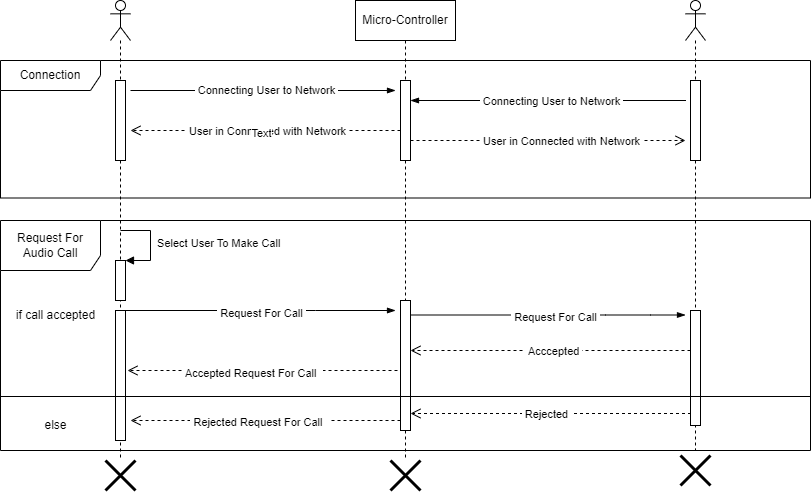
Earlier version of the draw.io export Figures/Sequence Diagram/Images/RequestForAudioCall.drawio.png (imharris24/AndroCom-Android). Source tidied: cells renumbered, new cells last; positions are measured from the earlier drawing's top-left corner, leaving out a move shared by most shapes.
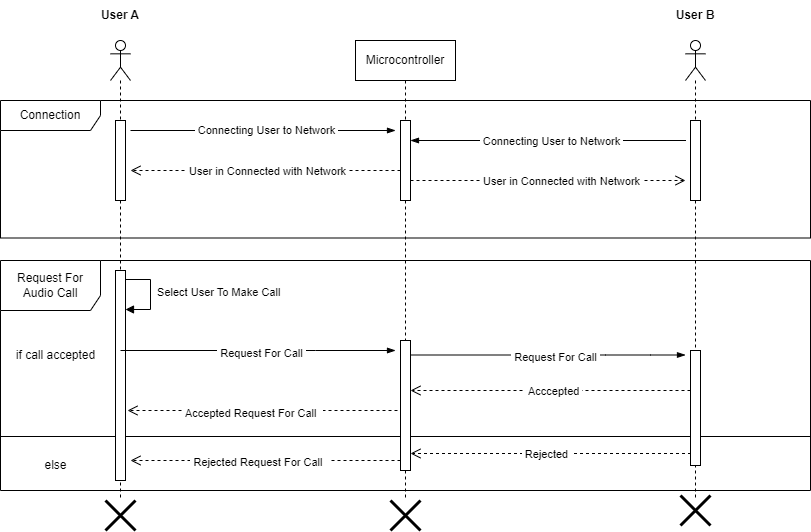
The same file after the commit.

The edit, as a diff of the source:
```diff
@@ -2,7 +2,10 @@
   <root>
     <mxCell id="0" />
     <mxCell id="1" parent="0" />
+    <mxCell id="23" style="line;strokeWidth=1;fillColor=none;align=left;verticalAlign=middle;spacingTop=-1;spacingLeft=3;spacingRight=3;labelPosition=right;strokeColor=inherit;" parent="1" vertex="1">
+      <mxGeometry y="392" width="810" height="8" as="geometry" />
+    </mxCell>
-    <mxCell id="2" value="Micro-Controller" style="shape=umlLifeline;perimeter=lifelinePerimeter;whiteSpace=wrap;html=1;newEdgeStyle={&quot;edgeStyle&quot;:&quot;elbowEdgeStyle&quot;,&quot;elbow&quot;:&quot;vertical&quot;,&quot;curved&quot;:0,&quot;rounded&quot;:0};" parent="1" vertex="1">
+    <mxCell id="2" value="Microcontroller" style="shape=umlLifeline;perimeter=lifelinePerimeter;whiteSpace=wrap;html=1;newEdgeStyle={&quot;edgeStyle&quot;:&quot;elbowEdgeStyle&quot;,&quot;elbow&quot;:&quot;vertical&quot;,&quot;curved&quot;:0,&quot;rounded&quot;:0};" parent="1" vertex="1">
       <mxGeometry x="355" width="100" height="460" as="geometry" />
     </mxCell>
     <mxCell id="3" style="html=1;perimeter=orthogonalPerimeter;targetShapes=umlLifeline;newEdgeStyle={&quot;curved&quot;:0,&quot;rounded&quot;:0};" parent="2" vertex="1">
@@ -14,24 +17,22 @@
     <mxCell id="5" style="shape=umlLifeline;perimeter=lifelinePerimeter;whiteSpace=wrap;html=1;newEdgeStyle={&quot;curved&quot;:0,&quot;rounded&quot;:0};participant=umlActor;" parent="1" vertex="1">
       <mxGeometry x="110" width="20" height="460" as="geometry" />
     </mxCell>
-    <mxCell id="6" style="html=1;perimeter=orthogonalPerimeter;targetShapes=umlLifeline;newEdgeStyle={&quot;curved&quot;:0,&quot;rounded&quot;:0};" parent="5" vertex="1">
-      <mxGeometry x="5" y="310" width="10" height="130" as="geometry" />
-    </mxCell>
-    <mxCell id="7" style="html=1;points=[[0,0,0,0,5],[0,1,0,0,-5],[1,0,0,0,5],[1,1,0,0,-5]];perimeter=orthogonalPerimeter;outlineConnect=0;targetShapes=umlLifeline;portConstraint=eastwest;newEdgeStyle={&quot;curved&quot;:0,&quot;rounded&quot;:0};" parent="5" vertex="1">
-      <mxGeometry x="5" y="260" width="10" height="40" as="geometry" />
-    </mxCell>
-    <mxCell id="8" value="&amp;nbsp;Select User To Make Call&amp;nbsp;" style="html=1;align=left;spacingLeft=2;endArrow=block;rounded=0;edgeStyle=orthogonalEdgeStyle;curved=0;rounded=0;" parent="5" edge="1" target="7">
+    <mxCell id="8" value="&amp;nbsp;Select User To Make Call&amp;nbsp;" style="html=1;align=left;spacingLeft=2;endArrow=block;rounded=0;edgeStyle=orthogonalEdgeStyle;curved=0;rounded=0;" parent="5" edge="1">
       <mxGeometry relative="1" as="geometry">
-        <mxPoint x="10" y="230" as="sourcePoint" />
+        <mxPoint x="10" y="239" as="sourcePoint" />
+        <mxPoint x="15" y="269" as="targetPoint" />
         <Array as="points">
-          <mxPoint x="40" y="230" />
-          <mxPoint x="40" y="260" />
+          <mxPoint x="40" y="239" />
+          <mxPoint x="40" y="269" />
         </Array>
       </mxGeometry>
     </mxCell>
     <mxCell id="9" style="html=1;perimeter=orthogonalPerimeter;targetShapes=umlLifeline;newEdgeStyle={&quot;curved&quot;:0,&quot;rounded&quot;:0};" parent="5" vertex="1">
       <mxGeometry x="5" y="80" width="10" height="80" as="geometry" />
     </mxCell>
+    <mxCell id="6" style="html=1;perimeter=orthogonalPerimeter;targetShapes=umlLifeline;newEdgeStyle={&quot;curved&quot;:0,&quot;rounded&quot;:0};" parent="5" vertex="1">
+      <mxGeometry x="5" y="230" width="10" height="210" as="geometry" />
+    </mxCell>
     <mxCell id="10" style="fontSize=12;html=1;endArrow=blockThin;endFill=1;rounded=0;" parent="1" edge="1">
       <mxGeometry relative="1" as="geometry">
         <mxPoint x="120" y="310" as="sourcePoint" />
@@ -66,7 +67,7 @@
       </mxGeometry>
     </mxCell>
     <mxCell id="16" style="shape=umlLifeline;perimeter=lifelinePerimeter;whiteSpace=wrap;html=1;newEdgeStyle={&quot;curved&quot;:0,&quot;rounded&quot;:0};participant=umlActor;" parent="1" vertex="1">
-      <mxGeometry x="685" width="20" height="450" as="geometry" />
+      <mxGeometry x="685" width="20" height="460" as="geometry" />
     </mxCell>
     <mxCell id="17" style="html=1;points=[[0,0,0,0,5],[0,1,0,0,-5],[1,0,0,0,5],[1,1,0,0,-5]];perimeter=orthogonalPerimeter;outlineConnect=0;targetShapes=umlLifeline;portConstraint=eastwest;newEdgeStyle={&quot;curved&quot;:0,&quot;rounded&quot;:0};" parent="16" vertex="1">
       <mxGeometry x="5" y="310" width="10" height="115" as="geometry" />
@@ -95,9 +96,6 @@
     <mxCell id="22" value="Connection" style="shape=umlFrame;whiteSpace=wrap;html=1;width=100;height=30;" parent="1" vertex="1">
       <mxGeometry y="60" width="810" height="137.5" as="geometry" />
     </mxCell>
-    <mxCell id="23" style="line;strokeWidth=1;fillColor=none;align=left;verticalAlign=middle;spacingTop=-1;spacingLeft=3;spacingRight=3;labelPosition=right;strokeColor=inherit;" parent="1" vertex="1">
-      <mxGeometry y="392" width="810" height="8" as="geometry" />
-    </mxCell>
     <mxCell id="24" style="html=1;verticalAlign=bottom;endArrow=open;dashed=1;endSize=8;curved=0;rounded=0;" parent="1" edge="1">
       <mxGeometry x="-0.04" y="-4" relative="1" as="geometry">
         <mxPoint x="690.5" y="413" as="sourcePoint" />
@@ -178,9 +176,6 @@
         <mxPoint x="18" as="offset" />
       </mxGeometry>
     </mxCell>
-    <mxCell id="40" value="Text" style="edgeLabel;html=1;align=center;verticalAlign=middle;" parent="38" vertex="1">
-      <mxGeometry x="0.04" y="2" relative="1" as="geometry" />
-    </mxCell>
     <mxCell id="41" style="html=1;verticalAlign=bottom;endArrow=open;dashed=1;endSize=8;curved=0;rounded=0;exitX=1;exitY=0.75;exitDx=0;exitDy=0;exitPerimeter=0;" parent="1" edge="1" source="4">
       <mxGeometry x="-0.04" y="-4" relative="1" as="geometry">
         <mxPoint x="685" y="140" as="targetPoint" />
@@ -191,5 +186,11 @@
         <mxPoint x="-4" as="offset" />
       </mxGeometry>
     </mxCell>
+    <mxCell id="43" value="&lt;b&gt;User A&lt;/b&gt;" style="text;html=1;strokeColor=none;fillColor=none;align=center;verticalAlign=middle;whiteSpace=wrap;rounded=0;" parent="1" vertex="1">
+      <mxGeometry x="90" y="-40" width="60" height="30" as="geometry" />
+    </mxCell>
+    <mxCell id="44" value="&lt;b&gt;User B&lt;/b&gt;" style="text;html=1;strokeColor=none;fillColor=none;align=center;verticalAlign=middle;whiteSpace=wrap;rounded=0;" parent="1" vertex="1">
+      <mxGeometry x="665" y="-40" width="60" height="30" as="geometry" />
+    </mxCell>
   </root>
 </mxGraphModel>
```
